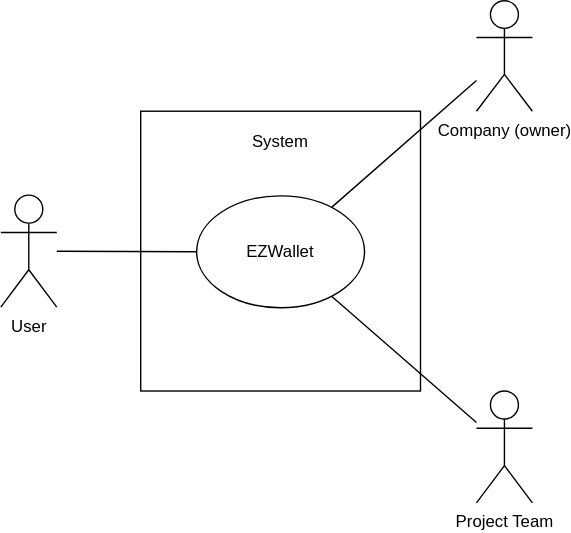
Earlier version of the draw.io export diagrams/ContextDiagramV1.svg (pucciorenzo/softengTesting). Source tidied: cells renumbered, new cells last; positions are measured from the earlier drawing's top-left corner, leaving out a move shared by most shapes.
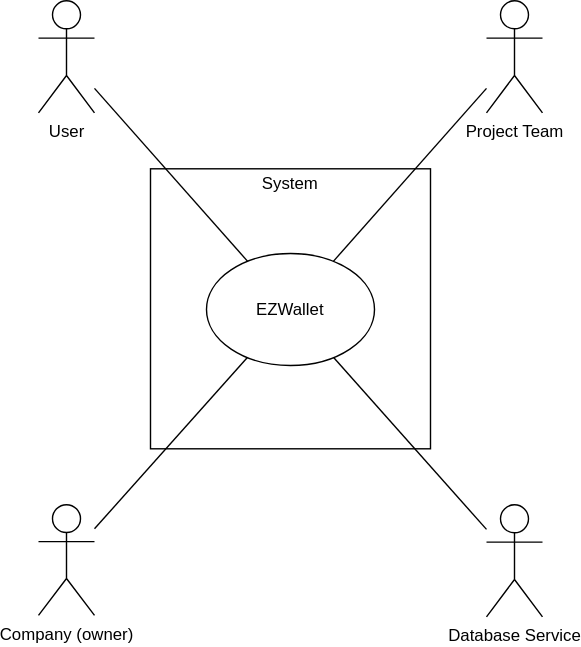
The same diagram one commit later.

The edit, as a diff of the source:
```diff
@@ -9,18 +9,18 @@
       <mxGeometry x="140" y="139.5" width="120" height="80" as="geometry" />
     </mxCell>
     <mxCell id="4" value="User" style="shape=umlActor;verticalLabelPosition=bottom;verticalAlign=top;html=1;outlineConnect=0;" parent="1" vertex="1">
-      <mxGeometry y="139" width="40" height="80" as="geometry" />
+      <mxGeometry x="20" y="-41" width="40" height="80" as="geometry" />
     </mxCell>
     <mxCell id="5" value="Project Team" style="shape=umlActor;verticalLabelPosition=bottom;verticalAlign=top;html=1;outlineConnect=0;" parent="1" vertex="1">
-      <mxGeometry x="340" y="279" width="40" height="80" as="geometry" />
+      <mxGeometry x="340" y="-41" width="40" height="80" as="geometry" />
     </mxCell>
     <mxCell id="6" value="Company (owner)" style="shape=umlActor;verticalLabelPosition=bottom;verticalAlign=top;html=1;outlineConnect=0;" parent="1" vertex="1">
-      <mxGeometry x="340" width="40" height="79" as="geometry" />
+      <mxGeometry x="20" y="319" width="40" height="79" as="geometry" />
     </mxCell>
     <mxCell id="7" value="System" style="text;html=1;strokeColor=none;fillColor=none;align=center;verticalAlign=middle;whiteSpace=wrap;rounded=0;" parent="1" vertex="1">
-      <mxGeometry x="160" y="80" width="80" height="41" as="geometry" />
+      <mxGeometry x="180" y="80" width="40" height="19" as="geometry" />
     </mxCell>
-    <mxCell id="8" style="endArrow=none;html=1;rounded=0;exitX=0;exitY=0.5;exitDx=0;exitDy=0;" parent="1" edge="1" source="3" target="4">
+    <mxCell id="8" style="endArrow=none;html=1;rounded=0;" parent="1" edge="1" source="3" target="4">
       <mxGeometry relative="1" as="geometry" />
     </mxCell>
     <mxCell id="9" style="endArrow=none;html=1;rounded=0;" parent="1" edge="1" source="3" target="6">
@@ -29,5 +29,11 @@
     <mxCell id="10" style="endArrow=none;html=1;rounded=0;" parent="1" edge="1" source="3" target="5">
       <mxGeometry relative="1" as="geometry" />
     </mxCell>
+    <mxCell id="11" value="Database Service" style="shape=umlActor;verticalLabelPosition=bottom;verticalAlign=top;html=1;outlineConnect=0;" parent="1" vertex="1">
+      <mxGeometry x="340" y="319" width="40" height="80" as="geometry" />
+    </mxCell>
+    <mxCell id="12" style="endArrow=none;html=1;rounded=0;" parent="1" edge="1" source="3" target="11">
+      <mxGeometry relative="1" as="geometry" />
+    </mxCell>
   </root>
 </mxGraphModel>
```
